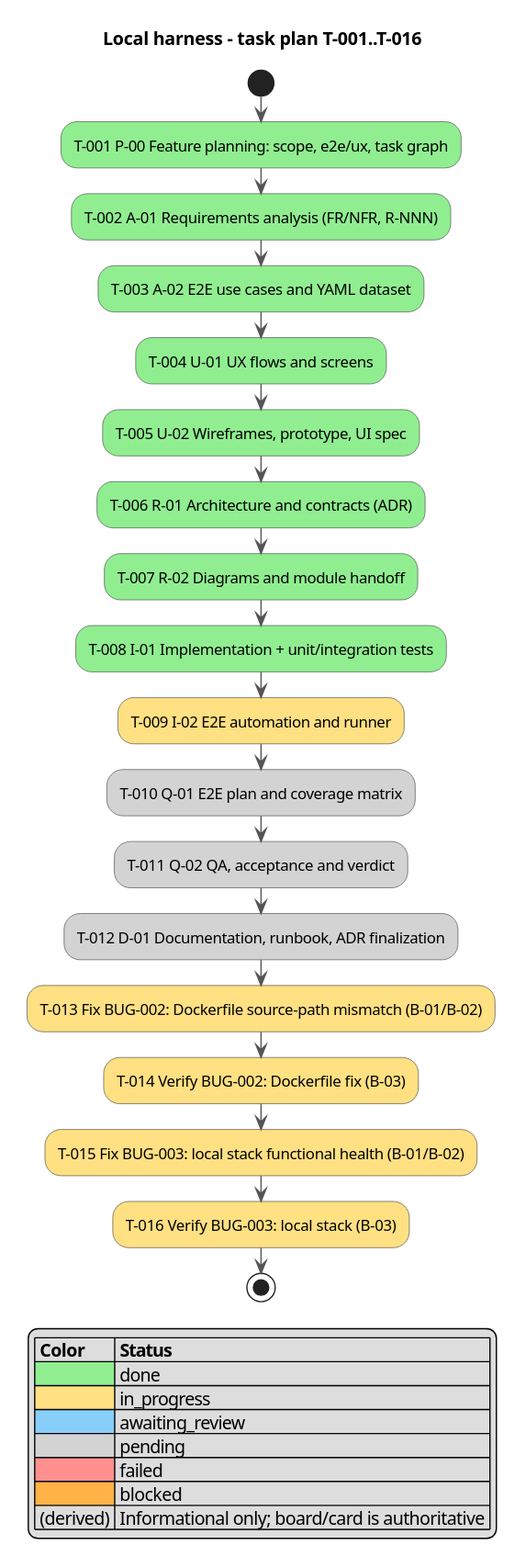
Before: docs/activity.svg, a diagram exported from PlantUML (serge-sasov/ai-task-tracker).
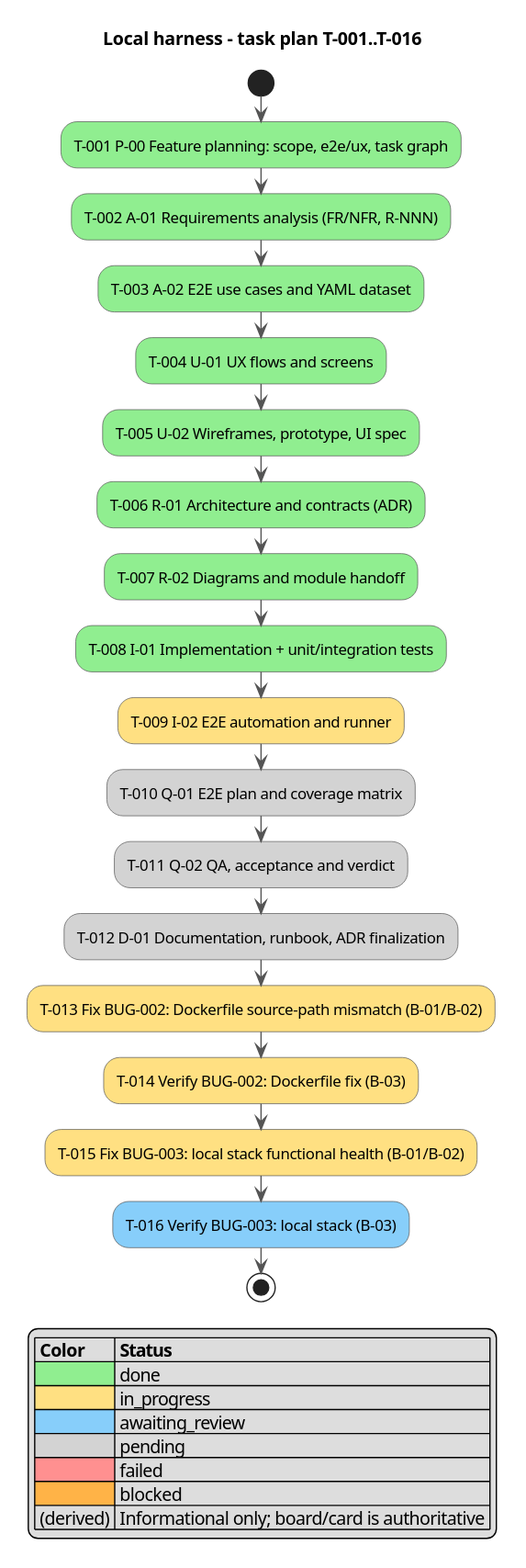
Above is the later version.

What changed in the source:
```diff
@@ -21,7 +21,7 @@
 :T-013 Fix BUG-002: Dockerfile source-path mismatch (B-01/B-02); <<#FFE082>>
 :T-014 Verify BUG-002: Dockerfile fix (B-03); <<#FFE082>>
 :T-015 Fix BUG-003: local stack functional health (B-01/B-02); <<#FFE082>>
-:T-016 Verify BUG-003: local stack (B-03); <<#FFE082>>
+:T-016 Verify BUG-003: local stack (B-03); <<#87CEFA>>
 stop
 
 legend right
```
